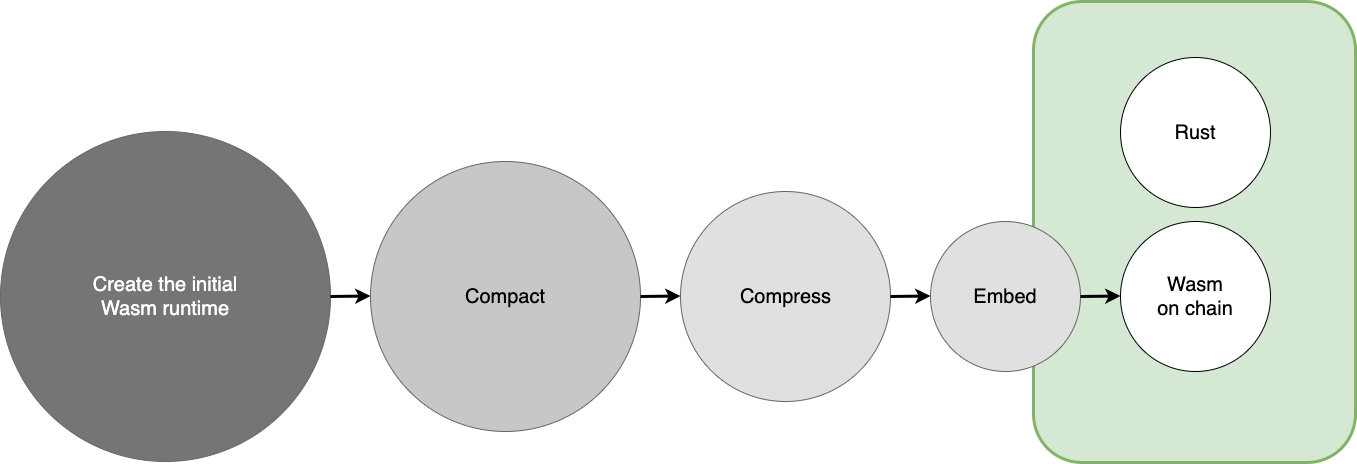
polkadot-developers/substrate-docs keeps this draw.io diagram as content/media/images/docs/node-executable.png. Above is the earlier version. Source tidied: cells renumbered, new cells last; positions are measured from the earlier drawing's top-left corner, leaving out a move shared by most shapes.
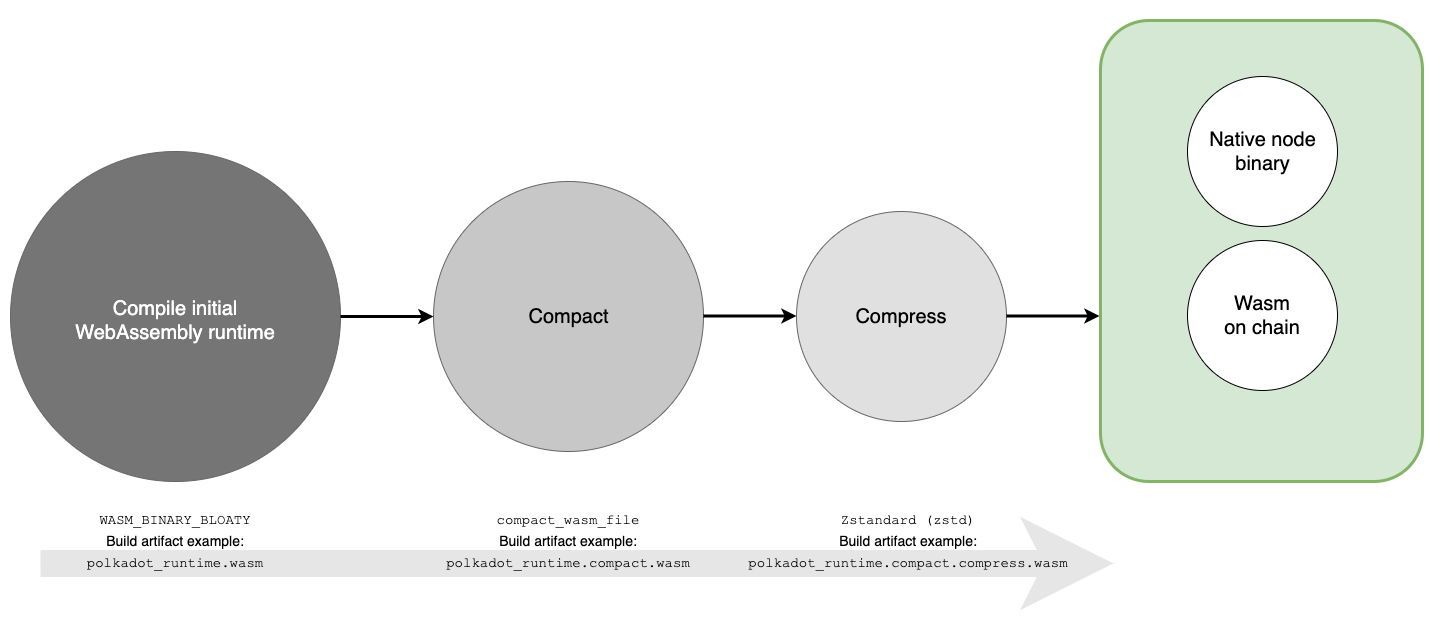
After the commit.

Commit message:
Modify the build diagram (#1746)

* Modify the build diagram

* Modify the build diagram

The edit, as a diff of the source:
```diff
@@ -2,61 +2,41 @@
   <root>
     <mxCell id="0" />
     <mxCell id="1" parent="0" />
+    <mxCell id="23" style="endArrow=classic;html=1;rounded=1;fontFamily=Helvetica;fontSize=14;fontColor=#000000;strokeWidth=27;fillColor=#f5f5f5;strokeColor=#E6E6E6;exitX=0;exitY=0.75;exitDx=0;exitDy=0;" parent="1" edge="1">
+      <mxGeometry relative="1" as="geometry">
+        <mxPoint x="-310" y="-967" as="sourcePoint" />
+        <mxPoint x="763" y="-967" as="targetPoint" />
+      </mxGeometry>
+    </mxCell>
     <mxCell id="2" style="ellipse;whiteSpace=wrap;html=1;fillColor=#757575;fontColor=#333333;strokeColor=#666666;" parent="1" vertex="1">
-      <mxGeometry y="130" width="330" height="330" as="geometry" />
+      <mxGeometry x="-340" y="-1379" width="330" height="330" as="geometry" />
     </mxCell>
     <mxCell id="3" style="rounded=1;whiteSpace=wrap;html=1;fontSize=20;strokeColor=#82b366;strokeWidth=3;fillColor=#d5e8d4;" parent="1" vertex="1">
-      <mxGeometry x="1033" width="322" height="461" as="geometry" />
+      <mxGeometry x="750" y="-1510" width="322" height="461" as="geometry" />
     </mxCell>
-    <mxCell id="4" value="&lt;span style=&quot;font-size: 20px&quot;&gt;Create the initial Wasm runtime&lt;/span&gt;&lt;span style=&quot;font-size: 0px;&quot;&gt;%3CmxGraphModel%3E%3Croot%3E%3CmxCell%20id%3D%220%22%2F%3E%3CmxCell%20id%3D%221%22%20parent%3D%220%22%2F%3E%3CmxCell%20id%3D%222%22%20value%3D%22%26lt%3Bspan%20style%3D%26quot%3Bfont-family%3A%20%26amp%3B%2334%3Broboto%26amp%3B%2334%3B%20%3B%20font-size%3A%2020px%26quot%3B%26gt%3BNetwork%20discovery%26amp%3Bnbsp%3B%26lt%3B%2Fspan%26gt%3B%22%20style%3D%22text%3Bhtml%3D1%3BstrokeColor%3Dnone%3BfillColor%3Dnone%3Balign%3Dcenter%3BverticalAlign%3Dmiddle%3BwhiteSpace%3Dwrap%3Brounded%3D0%3B%22%20vertex%3D%221%22%20parent%3D%221%22%3E%3CmxGeometry%20x%3D%22125%22%20y%3D%22655%22%20width%3D%22180%22%20height%3D%2230%22%20as%3D%22geometry%22%2F%3E%3C%2FmxCell%3E%3C%2Froot%3E%3C%2FmxGraphModel%3E (&lt;/span&gt;" style="text;html=1;strokeColor=none;fillColor=none;align=center;verticalAlign=middle;whiteSpace=wrap;rounded=0;fontColor=#FFFFFF;" parent="1" vertex="1">
-      <mxGeometry x="65" y="280" width="200" height="30" as="geometry" />
+    <mxCell id="4" value="&lt;span style=&quot;font-size: 20px;&quot;&gt;Compile initial WebAssembly runtime&lt;/span&gt;&lt;span style=&quot;font-size: 0px;&quot;&gt;3CmxGraphModel%3E%3Croot%3E%3CmxCell%20id%3D%220%22%2F%3E%3CmxCell%20id%3D%221%22%20parent%3D%220%22%2F%3E%3CmxCell%20id%3D%222%22%20value%3D%22%26lt%3Bspan%20style%3D%26quot%3Bfont-family%3A%20%26amp%3B%2334%3Broboto%26amp%3B%2334%3B%20%3B%20font-size%3A%2020px%26quot%3B%26gt%3BNetwork%20discovery%26amp%3Bnbsp%3B%26lt%3B%2Fspan%26gt%3B%22%20style%3D%22text%3Bhtml%3D1%3BstrokeColor%3Dnone%3BfillColor%3Dnone%3Balign%3Dcenter%3BverticalAlign%3Dmiddle%3BwhiteSpace%3Dwrap%3Brounded%3D0%3B%22%20vertex%3D%221%22%20parent%3D%221%22%3E%3CmxGeometry%20x%3D%22125%22%20y%3D%22655%22%20width%3D%22180%22%20height%3D%2230%22%20as%3D%22geometry%22%2F%3E%3C%2FmxCell%3E%3C%2Froot%3E%3C%2FmxGraphModel%3E (&lt;/span&gt;" style="text;html=1;strokeColor=none;fillColor=none;align=center;verticalAlign=middle;whiteSpace=wrap;rounded=0;fontColor=#FFFFFF;" parent="1" vertex="1">
+      <mxGeometry x="-293.8" y="-1249" width="237.5" height="77.5" as="geometry" />
     </mxCell>
-    <mxCell id="5" style="group;" parent="1" vertex="1">
-      <mxGeometry x="930" y="220" width="150" height="150" as="geometry" />
-    </mxCell>
-    <mxCell id="6" style="ellipse;whiteSpace=wrap;html=1;fillColor=#E0E0E0;fontColor=#333333;strokeColor=#666666;" parent="5" vertex="1">
-      <mxGeometry width="150" height="150" as="geometry" />
-    </mxCell>
-    <mxCell id="7" value="&lt;span style=&quot;font-size: 20px&quot;&gt;Embed&lt;/span&gt;" style="text;html=1;strokeColor=none;fillColor=none;align=center;verticalAlign=middle;whiteSpace=wrap;rounded=0;" parent="5" vertex="1">
-      <mxGeometry x="35" y="60" width="80" height="30" as="geometry" />
-    </mxCell>
-    <mxCell id="8" style="group;" parent="1" vertex="1">
-      <mxGeometry x="680" y="190" width="210" height="210" as="geometry" />
-    </mxCell>
-    <mxCell id="9" style="ellipse;whiteSpace=wrap;html=1;fillColor=#E0E0E0;fontColor=#333333;strokeColor=#666666;" parent="8" vertex="1">
-      <mxGeometry width="210" height="210" as="geometry" />
-    </mxCell>
-    <mxCell id="10" value="&lt;span style=&quot;font-size: 20px&quot;&gt;Compress&lt;/span&gt;" style="text;html=1;strokeColor=none;fillColor=none;align=center;verticalAlign=middle;whiteSpace=wrap;rounded=0;" parent="8" vertex="1">
-      <mxGeometry x="57.5" y="90" width="95" height="30" as="geometry" />
-    </mxCell>
     <mxCell id="11" style="group;" parent="1" vertex="1">
-      <mxGeometry x="370" y="160" width="270" height="270" as="geometry" />
+      <mxGeometry x="83" y="-1349" width="300" height="270" as="geometry" />
     </mxCell>
     <mxCell id="12" style="ellipse;whiteSpace=wrap;html=1;fillColor=#C7C7C7;fontColor=#333333;strokeColor=#666666;" parent="11" vertex="1">
       <mxGeometry width="270" height="270" as="geometry" />
     </mxCell>
-    <mxCell id="13" value="&lt;span style=&quot;font-size: 20px&quot;&gt;Compact&lt;/span&gt;" style="text;html=1;strokeColor=none;fillColor=none;align=center;verticalAlign=middle;whiteSpace=wrap;rounded=0;" parent="11" vertex="1">
-      <mxGeometry x="35" y="120" width="200" height="30" as="geometry" />
+    <mxCell id="13" value="&lt;span style=&quot;font-size: 20px&quot;&gt;Compact&lt;/span&gt;&lt;span style=&quot;font-size: 20px&quot;&gt;&lt;br&gt;&lt;/span&gt;" style="text;html=1;strokeColor=none;fillColor=none;align=center;verticalAlign=middle;whiteSpace=wrap;rounded=0;" parent="11" vertex="1">
+      <mxGeometry x="82.5" y="122.5" width="105" height="25" as="geometry" />
     </mxCell>
+    <mxCell id="24" style="endArrow=classic;html=1;rounded=0;fontFamily=Helvetica;fontColor=#FFFFFF;strokeWidth=3;exitX=1;exitY=0.5;exitDx=0;exitDy=0;entryX=0;entryY=0.5;entryDx=0;entryDy=0;" parent="11" edge="1">
+      <mxGeometry relative="1" as="geometry">
+        <mxPoint x="270" y="134.5" as="sourcePoint" />
+        <mxPoint x="363" y="134.5" as="targetPoint" />
+      </mxGeometry>
+    </mxCell>
-    <mxCell id="14" style="endArrow=classic;html=1;rounded=0;fontFamily=Helvetica;fontColor=#FFFFFF;strokeWidth=3;exitX=1;exitY=0.5;exitDx=0;exitDy=0;" parent="1" edge="1" source="2">
-      <mxGeometry relative="1" as="geometry">
-        <mxPoint x="370" y="294.5" as="targetPoint" />
-      </mxGeometry>
+    <mxCell id="14" style="endArrow=classic;html=1;rounded=0;fontFamily=Helvetica;fontColor=#FFFFFF;strokeWidth=3;exitX=1;exitY=0.5;exitDx=0;exitDy=0;entryX=0;entryY=0.5;entryDx=0;entryDy=0;" parent="1" edge="1" source="2" target="12">
+      <mxGeometry relative="1" as="geometry" />
     </mxCell>
-    <mxCell id="15" style="endArrow=classic;html=1;rounded=0;fontFamily=Helvetica;fontColor=#FFFFFF;strokeWidth=3;exitX=1;exitY=0.5;exitDx=0;exitDy=0;" parent="1" edge="1">
-      <mxGeometry relative="1" as="geometry">
-        <mxPoint x="640" y="295" as="sourcePoint" />
-        <mxPoint x="680" y="294.5" as="targetPoint" />
-      </mxGeometry>
-    </mxCell>
-    <mxCell id="16" style="endArrow=classic;html=1;rounded=0;fontFamily=Helvetica;fontColor=#FFFFFF;strokeWidth=3;exitX=1;exitY=0.5;exitDx=0;exitDy=0;" parent="1" edge="1">
-      <mxGeometry relative="1" as="geometry">
-        <mxPoint x="890" y="295" as="sourcePoint" />
-        <mxPoint x="930" y="294.5" as="targetPoint" />
-      </mxGeometry>
-    </mxCell>
     <mxCell id="17" style="group;" parent="1" vertex="1">
-      <mxGeometry x="1120" y="220" width="150" height="150" as="geometry" />
+      <mxGeometry x="837" y="-1290" width="150" height="150" as="geometry" />
     </mxCell>
     <mxCell id="18" style="ellipse;whiteSpace=wrap;html=1;" parent="17" vertex="1">
       <mxGeometry width="150" height="150" as="geometry" />
@@ -65,16 +45,34 @@
       <mxGeometry x="35" y="60" width="80" height="30" as="geometry" />
     </mxCell>
     <mxCell id="20" style="ellipse;whiteSpace=wrap;html=1;" parent="1" vertex="1">
-      <mxGeometry x="1120" y="56" width="150" height="150" as="geometry" />
+      <mxGeometry x="837" y="-1454" width="150" height="150" as="geometry" />
     </mxCell>
-    <mxCell id="21" value="&lt;span style=&quot;font-size: 20px&quot;&gt;Rust&lt;/span&gt;" style="text;html=1;strokeColor=none;fillColor=none;align=center;verticalAlign=middle;whiteSpace=wrap;rounded=0;" parent="1" vertex="1">
-      <mxGeometry x="1155" y="116" width="80" height="30" as="geometry" />
+    <mxCell id="21" value="&lt;span style=&quot;font-size: 20px&quot;&gt;Native node binary&lt;/span&gt;" style="text;html=1;strokeColor=none;fillColor=none;align=center;verticalAlign=middle;whiteSpace=wrap;rounded=0;" parent="1" vertex="1">
+      <mxGeometry x="846.5" y="-1394" width="131" height="30" as="geometry" />
     </mxCell>
-    <mxCell id="22" style="endArrow=classic;html=1;rounded=0;fontFamily=Helvetica;fontColor=#FFFFFF;strokeWidth=3;exitX=1;exitY=0.5;exitDx=0;exitDy=0;" parent="1" edge="1">
-      <mxGeometry relative="1" as="geometry">
-        <mxPoint x="1080" y="295" as="sourcePoint" />
-        <mxPoint x="1120" y="294.5" as="targetPoint" />
-      </mxGeometry>
-    </mxCell>
+    <mxCell id="25" value="&lt;p style=&quot;line-height: 1.5;&quot;&gt;&lt;font face=&quot;Courier New&quot;&gt;WASM_BINARY_BLOATY&lt;/font&gt;&lt;br&gt;Build artifact example:&lt;br&gt;&lt;font face=&quot;Courier New&quot;&gt;polkadot_runtime.wasm&lt;br&gt;&lt;/font&gt;&lt;/p&gt;" style="text;html=1;strokeColor=none;fillColor=none;align=center;verticalAlign=middle;whiteSpace=wrap;rounded=0;fontFamily=Helvetica;fontSize=14;fontColor=#000000;" parent="1" vertex="1">
+      <mxGeometry x="-310" y="-1029" width="270" height="80" as="geometry" />
+    </mxCell>
+    <mxCell id="26" value="&lt;p style=&quot;line-height: 1.5;&quot;&gt;&lt;font style=&quot;line-height: 1.5;&quot; face=&quot;Courier New&quot;&gt;compact_wasm_file&lt;br&gt;&lt;/font&gt;Build artifact example:&lt;br&gt;&lt;font face=&quot;Courier New&quot;&gt;polkadot_runtime.compact.wasm&lt;/font&gt;&lt;font face=&quot;Courier New&quot;&gt;&lt;br&gt;&lt;/font&gt;&lt;/p&gt;" style="text;html=1;strokeColor=none;fillColor=none;align=center;verticalAlign=middle;whiteSpace=wrap;rounded=0;fontFamily=Helvetica;fontSize=14;fontColor=#000000;" parent="1" vertex="1">
+      <mxGeometry x="83" y="-1029" width="270" height="80" as="geometry" />
+    </mxCell>
+    <mxCell id="27" value="&lt;p style=&quot;line-height: 1.5;&quot;&gt;&lt;font style=&quot;line-height: 1.5;&quot; face=&quot;Courier New&quot;&gt;Zstandard (zstd)&lt;br&gt;&lt;/font&gt;Build artifact example:&lt;br&gt;&lt;font face=&quot;Courier New&quot;&gt;polkadot_runtime.compact.compress.wasm&lt;/font&gt;&lt;font face=&quot;Courier New&quot;&gt;&lt;br&gt;&lt;/font&gt;&lt;/p&gt;" style="text;html=1;strokeColor=none;fillColor=none;align=center;verticalAlign=middle;whiteSpace=wrap;rounded=0;fontFamily=Helvetica;fontSize=14;fontColor=#000000;" parent="1" vertex="1">
+      <mxGeometry x="393" y="-1029" width="330" height="80" as="geometry" />
+    </mxCell>
+    <mxCell id="9" style="ellipse;whiteSpace=wrap;html=1;fillColor=#E0E0E0;fontColor=#333333;strokeColor=#666666;" parent="1" vertex="1">
+      <mxGeometry x="446" y="-1319" width="210" height="210" as="geometry" />
+    </mxCell>
+    <mxCell id="10" value="&lt;span style=&quot;font-size: 20px&quot;&gt;Compress&lt;/span&gt;&lt;span style=&quot;font-size: 20px&quot;&gt;&lt;br&gt;&lt;/span&gt;" style="text;html=1;strokeColor=none;fillColor=none;align=center;verticalAlign=middle;whiteSpace=wrap;rounded=0;" parent="1" vertex="1">
+      <mxGeometry x="496" y="-1224" width="110" height="20" as="geometry" />
+    </mxCell>
+    <mxCell id="28" style="endArrow=classic;html=1;rounded=0;fontFamily=Helvetica;fontColor=#FFFFFF;strokeWidth=3;exitX=1;exitY=0.5;exitDx=0;exitDy=0;entryX=0;entryY=0.5;entryDx=0;entryDy=0;" parent="1" edge="1">
+      <mxGeometry relative="1" as="geometry">
+        <mxPoint x="656" y="-1214.5" as="sourcePoint" />
+        <mxPoint x="749" y="-1214.5" as="targetPoint" />
+      </mxGeometry>
+    </mxCell>
+    <mxCell id="29" style="rounded=0;whiteSpace=wrap;html=1;fontFamily=Helvetica;fontSize=14;fontColor=#000000;fillColor=none;strokeColor=#FFFFFF;" parent="1" vertex="1">
+      <mxGeometry x="-350" y="-1530" width="1440" height="620" as="geometry" />
+    </mxCell>
   </root>
 </mxGraphModel>
```
